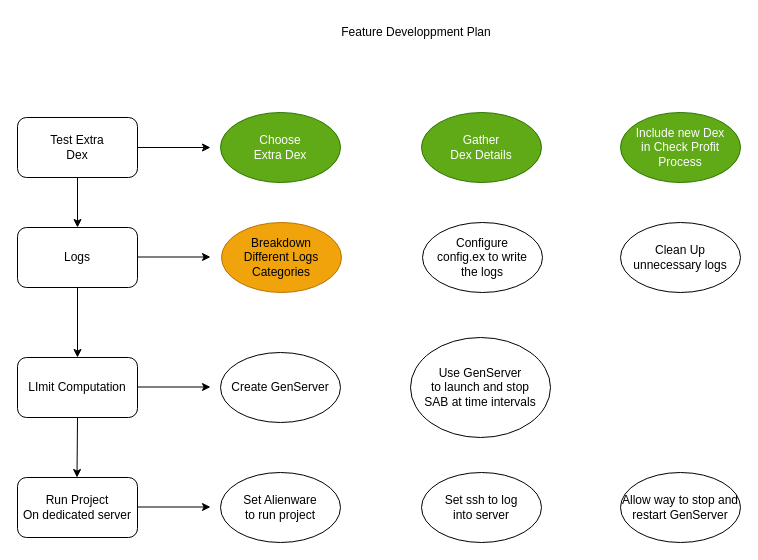
The draw.io diagram page "Implementation Flow" (2 of 2) of bot_supervisor/apps/arbitrage_bot_v1/lib/libraries/drawings/balancer_flash_loan.drawio in shaunmsoria/sab, before the edit. Source tidied: cells renumbered, new cells numbered last; positions are measured from the earlier drawing's top-left corner, leaving out a move shared by most shapes. Both pictures are drawn from the tidied source at 100%, with x=0, y=0 at pixel (17, 17).
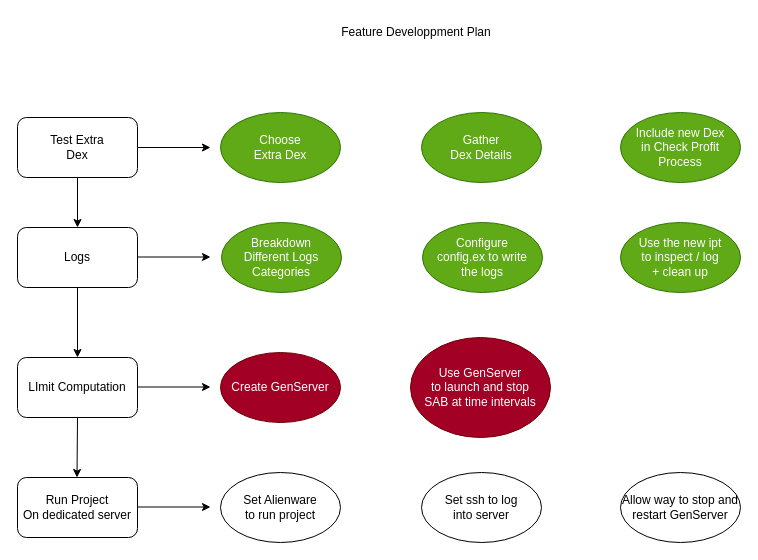
Above is the later version.

The edit, as a diff of the source:
```diff
@@
-    <mxCell id="14" value="Breakdown&lt;br&gt;Different Logs&lt;br&gt;Categories" style="ellipse;whiteSpace=wrap;html=1;fillColor=#f0a30a;fontColor=#000000;strokeColor=#BD7000;" parent="1" vertex="1">
+    <mxCell id="14" value="Breakdown&lt;br&gt;Different Logs&lt;br&gt;Categories" style="ellipse;whiteSpace=wrap;html=1;fillColor=#60a917;fontColor=#ffffff;strokeColor=#2D7600;" parent="1" vertex="1">
       <mxGeometry x="204" y="205" width="120" height="70" as="geometry" />
     </mxCell>
-    <mxCell id="15" value="Configure&lt;br&gt;config.ex to write&lt;br&gt;the logs" style="ellipse;whiteSpace=wrap;html=1;" parent="1" vertex="1">
+    <mxCell id="15" value="Configure&lt;br&gt;config.ex to write&lt;br&gt;the logs" style="ellipse;whiteSpace=wrap;html=1;fillColor=#60a917;fontColor=#ffffff;strokeColor=#2D7600;" parent="1" vertex="1">
       <mxGeometry x="405" y="205" width="120" height="70" as="geometry" />
     </mxCell>
-    <mxCell id="16" value="Create GenServer" style="ellipse;whiteSpace=wrap;html=1;" parent="1" vertex="1">
+    <mxCell id="16" value="Create GenServer" style="ellipse;whiteSpace=wrap;html=1;fillColor=#a20025;fontColor=#ffffff;strokeColor=#6F0000;" parent="1" vertex="1">
       <mxGeometry x="203" y="335" width="120" height="70" as="geometry" />
     </mxCell>
-    <mxCell id="17" value="Use GenServer&lt;br&gt;to launch and stop&lt;br&gt;SAB at time intervals" style="ellipse;whiteSpace=wrap;html=1;" parent="1" vertex="1">
+    <mxCell id="17" value="Use GenServer&lt;br&gt;to launch and stop&lt;br&gt;SAB at time intervals" style="ellipse;whiteSpace=wrap;html=1;fillColor=#a20025;fontColor=#ffffff;strokeColor=#6F0000;" parent="1" vertex="1">
       <mxGeometry x="393" y="320" width="140" height="100" as="geometry" />
     </mxCell>
@@
-    <mxCell id="24" value="Clean Up&lt;br&gt;unnecessary logs" style="ellipse;whiteSpace=wrap;html=1;" parent="1" vertex="1">
+    <mxCell id="24" value="Use the new ipt&lt;br&gt;to inspect / log&lt;br&gt;+ clean up" style="ellipse;whiteSpace=wrap;html=1;fillColor=#60a917;fontColor=#ffffff;strokeColor=#2D7600;" parent="1" vertex="1">
       <mxGeometry x="603" y="205" width="120" height="70" as="geometry" />
     </mxCell>
```
